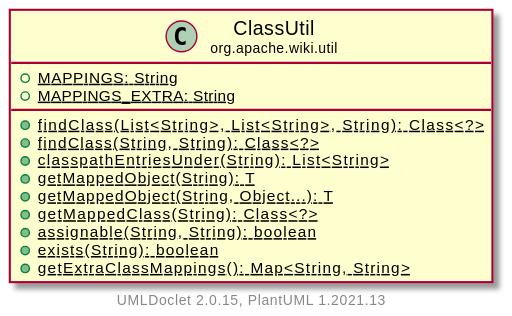
The PlantUML diagram apidocs/2.11.1-SNAPSHOT/org/apache/wiki/util/ClassUtil.svg in apache/jspwiki-site, before a commit. The source it was exported from:
```plantuml
@startuml
    set namespaceSeparator none
    hide empty fields
    hide empty methods

    class "<size:14>ClassUtil\n<size:10>org.apache.wiki.util" as org.apache.wiki.util.ClassUtil [[ClassUtil.html]] {
        {static} +MAPPINGS: String
        {static} +MAPPINGS_EXTRA: String
        {static} +findClass(List<String>, List<String>, String): Class<?>
        {static} +findClass(String, String): Class<?>
        {static} +classpathEntriesUnder(String): List<String>
        {static} +getMappedObject(String): T
        {static} +getMappedObject(String, Object...): T
        {static} +getMappedClass(String): Class<?>
        {static} +assignable(String, String): boolean
        {static} +exists(String): boolean
        {static} +getExtraClassMappings(): Map<String, String>
    }

    center footer UMLDoclet 2.0.15, PlantUML 1.2021.13
@enduml
```
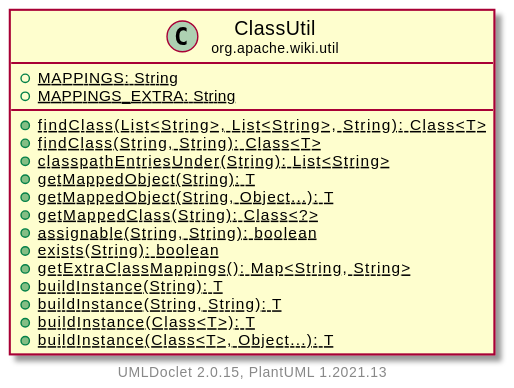
After the commit.

Diff of the diagram source:
```diff
@@ -6,8 +6,8 @@
     class "<size:14>ClassUtil\n<size:10>org.apache.wiki.util" as org.apache.wiki.util.ClassUtil [[ClassUtil.html]] {
         {static} +MAPPINGS: String
         {static} +MAPPINGS_EXTRA: String
-        {static} +findClass(List<String>, List<String>, String): Class<?>
-        {static} +findClass(String, String): Class<?>
+        {static} +findClass(List<String>, List<String>, String): Class<T>
+        {static} +findClass(String, String): Class<T>
         {static} +classpathEntriesUnder(String): List<String>
         {static} +getMappedObject(String): T
         {static} +getMappedObject(String, Object...): T
@@ -15,6 +15,10 @@
         {static} +assignable(String, String): boolean
         {static} +exists(String): boolean
         {static} +getExtraClassMappings(): Map<String, String>
+        {static} +buildInstance(String): T
+        {static} +buildInstance(String, String): T
+        {static} +buildInstance(Class<T>): T
+        {static} +buildInstance(Class<T>, Object...): T
     }
 
     center footer UMLDoclet 2.0.15, PlantUML 1.2021.13
```
